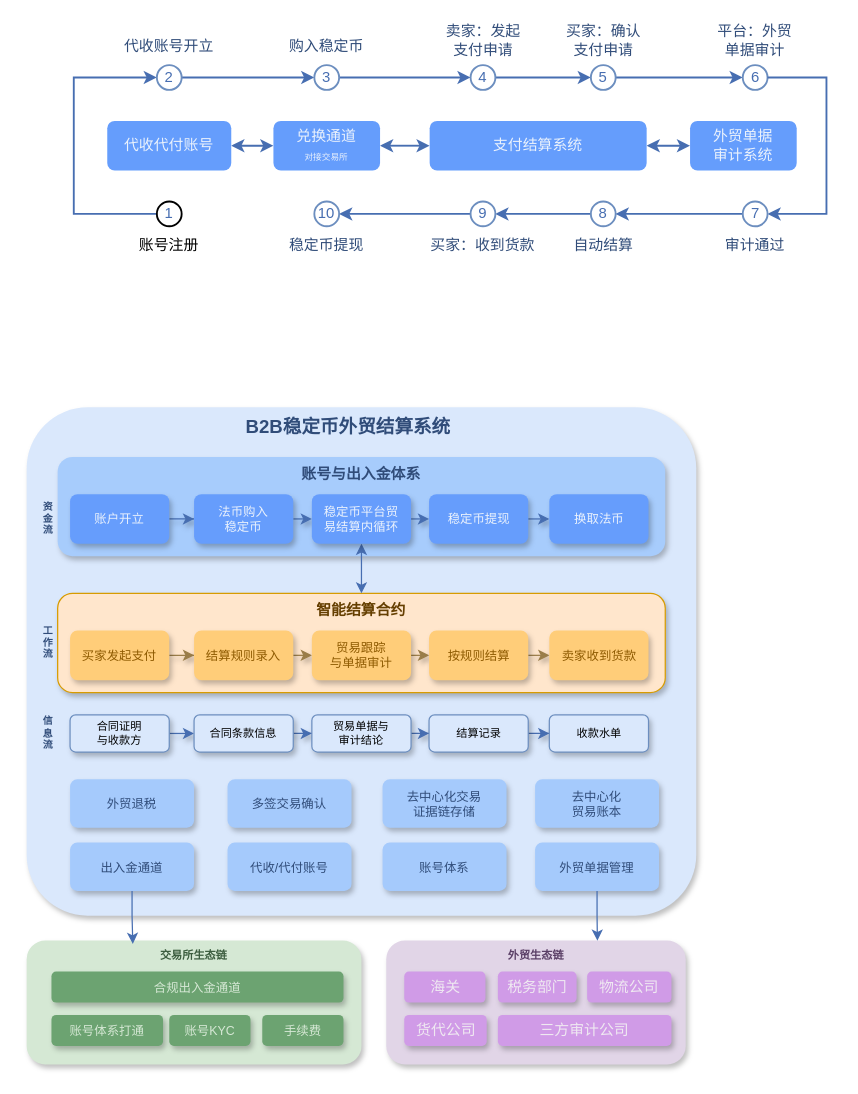
Above: 稳定币.drawio in ruopuzi/draw.io (draw.io), before the change. Source tidied: cells renumbered, new cells numbered last; positions are measured from the earlier drawing's top-left corner, leaving out a move shared by most shapes. Both pictures are drawn from the tidied source at 124%, with x=0, y=0 at pixel (26, 21).
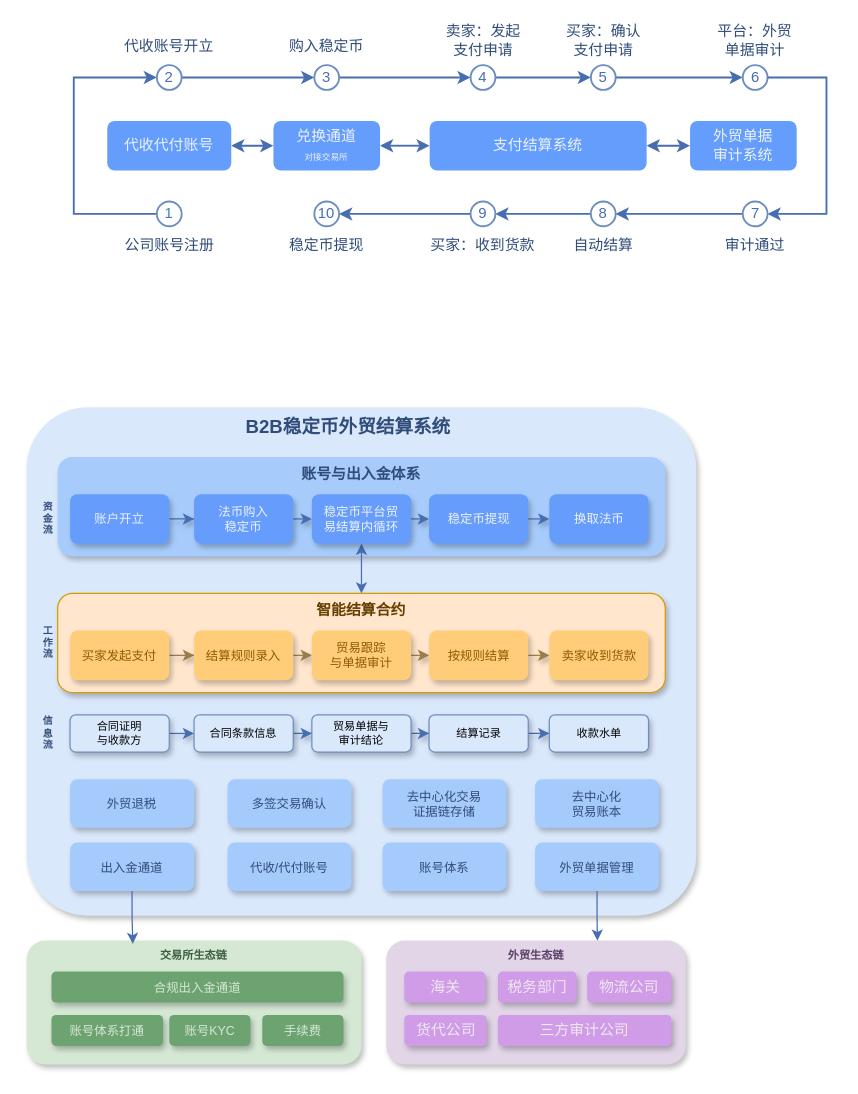
Above is the later version.

Commit message (it also covers changes not shown here):
更新稳定币.drawio

What changed in the source:
```diff
@@
-    <mxCell id="10" value="1" style="ellipse;whiteSpace=wrap;html=1;strokeWidth=1.5;fontColor=light-dark(#476eb1, #ededed);" parent="1" vertex="1">
+    <mxCell id="10" value="1" style="ellipse;whiteSpace=wrap;html=1;strokeWidth=1.5;fillColor=none;strokeColor=#6c8ebf;fontColor=light-dark(#4679bb, #ededed);" parent="1" vertex="1">
       <mxGeometry x="105" y="145" width="20" height="20" as="geometry" />
     </mxCell>
-    <mxCell id="11" value="账号注册" style="text;html=1;align=center;verticalAlign=middle;whiteSpace=wrap;rounded=0;" parent="1" vertex="1">
-      <mxGeometry x="85" y="166" width="60" height="30" as="geometry" />
+    <mxCell id="11" value="公司账号注册" style="text;html=1;align=center;verticalAlign=middle;whiteSpace=wrap;rounded=0;fontColor=light-dark(#304c79, #ededed);" parent="1" vertex="1">
+      <mxGeometry x="77.5" y="166" width="75" height="30" as="geometry" />
     </mxCell>
```
